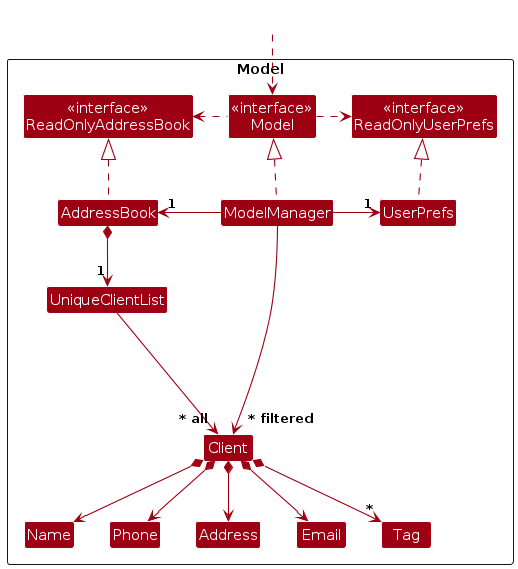
Earlier version of the PlantUML export diagrams/ModelClassDiagram.png (AY2627S1-CS2103T-T14-4/tp). Its source is kept beside it as diagrams/ModelClassDiagram.puml.
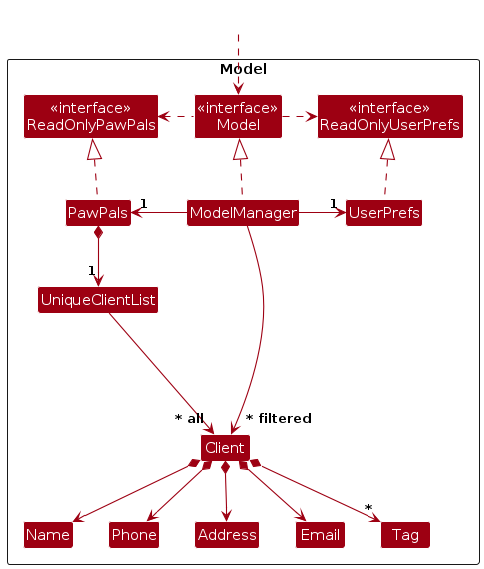
The same file after the commit.

The edit, as a diff of the source:
```diff
@@ -5,10 +5,10 @@
 skinparam classBackgroundColor MODEL_COLOR
 
 Package Model as ModelPackage <<Rectangle>>{
-Class "<<interface>>\nReadOnlyAddressBook" as ReadOnlyAddressBook
+Class "<<interface>>\nReadOnlyPawPals" as ReadOnlyPawPals
 Class "<<interface>>\nReadOnlyUserPrefs" as ReadOnlyUserPrefs
 Class "<<interface>>\nModel" as Model
-Class AddressBook
+Class PawPals
 Class ModelManager
 Class UserPrefs
 
@@ -26,16 +26,16 @@
 Class HiddenOutside #FFFFFF
 HiddenOutside ..> Model
 
-AddressBook .up.|> ReadOnlyAddressBook
+PawPals .up.|> ReadOnlyPawPals
 
 ModelManager .up.|> Model
 Model .right.> ReadOnlyUserPrefs
-Model .left.> ReadOnlyAddressBook
-ModelManager -left-> "1" AddressBook
+Model .left.> ReadOnlyPawPals
+ModelManager -left-> "1" PawPals
 ModelManager -right-> "1" UserPrefs
 UserPrefs .up.|> ReadOnlyUserPrefs
 
-AddressBook *--> "1" UniqueClientList
+PawPals *--> "1" UniqueClientList
 UniqueClientList --> "~* all" Client
 Client *--> Name
 Client *--> Phone
```
